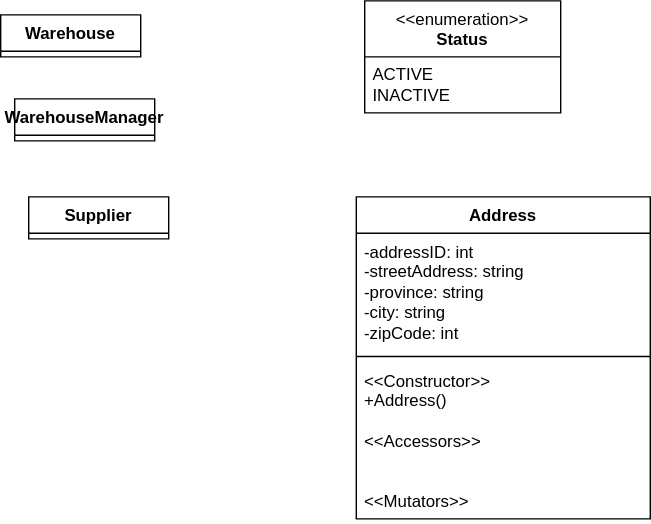
Before: nsirh-classes.svg, a diagram exported from draw.io (Simamkele88/IFM3_GP). Source tidied: cells renumbered, new cells last; positions are measured from the earlier drawing's top-left corner, leaving out a move shared by most shapes. Its diagram source:
```xml
<mxGraphModel>
  <root>
    <mxCell id="0" />
    <mxCell id="1" parent="0" />
    <mxCell id="2" value="Warehouse" style="swimlane;fontStyle=1;align=center;verticalAlign=top;horizontal=1;startSize=26;whiteSpace=wrap;html=1;" parent="1" vertex="1" collapsed="1">
      <mxGeometry y="10" width="100" height="30" as="geometry" />
    </mxCell>
    <mxCell id="3" value="&amp;lt;&amp;lt;enumeration&amp;gt;&amp;gt;&lt;br&gt;&lt;b&gt;Status&lt;/b&gt;" style="swimlane;fontStyle=0;align=center;verticalAlign=top;horizontal=1;startSize=40;html=1;whiteSpace=wrap;" parent="1" vertex="1">
      <mxGeometry x="260" width="140" height="80" as="geometry" />
    </mxCell>
    <mxCell id="4" value="ACTIVE&lt;div&gt;INACTIVE&lt;/div&gt;" style="text;html=1;strokeColor=none;fillColor=none;align=left;verticalAlign=middle;spacingLeft=4;spacingRight=4;overflow=hidden;whiteSpace=wrap;" parent="3" vertex="1">
      <mxGeometry y="40" width="140" height="40" as="geometry" />
    </mxCell>
    <mxCell id="5" value="WarehouseManager" style="swimlane;fontStyle=1;align=center;verticalAlign=top;horizontal=1;startSize=26;whiteSpace=wrap;html=1;" parent="1" vertex="1" collapsed="1">
      <mxGeometry x="10" y="70" width="100" height="30" as="geometry" />
    </mxCell>
    <mxCell id="6" value="Supplier" style="swimlane;fontStyle=1;align=center;verticalAlign=top;horizontal=1;startSize=26;whiteSpace=wrap;html=1;" parent="1" vertex="1" collapsed="1">
      <mxGeometry x="20" y="140" width="100" height="30" as="geometry" />
    </mxCell>
    <mxCell id="7" value="Address" style="swimlane;fontStyle=1;align=center;verticalAlign=top;horizontal=1;startSize=26;whiteSpace=wrap;html=1;" parent="1" vertex="1">
      <mxGeometry x="254" y="140" width="210" height="230" as="geometry" />
    </mxCell>
    <mxCell id="8" value="-addressID: int&lt;div&gt;-streetAddress: string&lt;/div&gt;&lt;div&gt;-province: string&lt;/div&gt;&lt;div&gt;-city: string&lt;/div&gt;&lt;div&gt;-zipCode: int&lt;/div&gt;" style="text;strokeColor=none;fillColor=none;align=left;verticalAlign=top;spacingLeft=4;spacingRight=4;overflow=hidden;whiteSpace=wrap;html=1;" parent="7" vertex="1">
      <mxGeometry y="26" width="210" height="84" as="geometry" />
    </mxCell>
    <mxCell id="9" style="line;strokeWidth=1;fillColor=none;align=left;verticalAlign=middle;spacingTop=-1;spacingLeft=3;spacingRight=3;labelPosition=right;strokeColor=inherit;" parent="7" vertex="1">
      <mxGeometry y="110" width="210" height="8" as="geometry" />
    </mxCell>
    <mxCell id="10" value="&amp;lt;&amp;lt;Constructor&amp;gt;&amp;gt;&lt;div&gt;+Address()&lt;/div&gt;&lt;div&gt;&lt;br&gt;&lt;/div&gt;&lt;div&gt;&amp;lt;&amp;lt;Accessors&amp;gt;&amp;gt;&lt;/div&gt;&lt;div&gt;&lt;br&gt;&lt;/div&gt;&lt;div&gt;&lt;br&gt;&lt;/div&gt;&lt;div&gt;&amp;lt;&amp;lt;Mutators&amp;gt;&amp;gt;&lt;/div&gt;&lt;div&gt;&lt;br&gt;&lt;/div&gt;&lt;div&gt;&lt;br&gt;&lt;/div&gt;" style="text;strokeColor=none;fillColor=none;align=left;verticalAlign=top;spacingLeft=4;spacingRight=4;overflow=hidden;whiteSpace=wrap;html=1;" parent="7" vertex="1">
      <mxGeometry y="118" width="210" height="112" as="geometry" />
    </mxCell>
  </root>
</mxGraphModel>
```
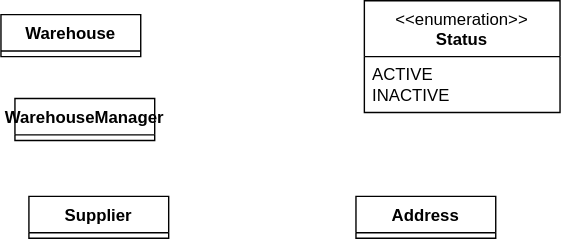
Later version of the same file.

Change to the diagram source:
```diff
@@ -17,17 +17,8 @@
     <mxCell id="6" value="Supplier" style="swimlane;fontStyle=1;align=center;verticalAlign=top;horizontal=1;startSize=26;whiteSpace=wrap;html=1;" parent="1" vertex="1" collapsed="1">
       <mxGeometry x="20" y="140" width="100" height="30" as="geometry" />
     </mxCell>
-    <mxCell id="7" value="Address" style="swimlane;fontStyle=1;align=center;verticalAlign=top;horizontal=1;startSize=26;whiteSpace=wrap;html=1;" parent="1" vertex="1">
-      <mxGeometry x="254" y="140" width="210" height="230" as="geometry" />
+    <mxCell id="7" value="Address" style="swimlane;fontStyle=1;align=center;verticalAlign=top;horizontal=1;startSize=26;whiteSpace=wrap;html=1;" parent="1" vertex="1" collapsed="1">
+      <mxGeometry x="254" y="140" width="100" height="30" as="geometry" />
     </mxCell>
-    <mxCell id="8" value="-addressID: int&lt;div&gt;-streetAddress: string&lt;/div&gt;&lt;div&gt;-province: string&lt;/div&gt;&lt;div&gt;-city: string&lt;/div&gt;&lt;div&gt;-zipCode: int&lt;/div&gt;" style="text;strokeColor=none;fillColor=none;align=left;verticalAlign=top;spacingLeft=4;spacingRight=4;overflow=hidden;whiteSpace=wrap;html=1;" parent="7" vertex="1">
-      <mxGeometry y="26" width="210" height="84" as="geometry" />
-    </mxCell>
-    <mxCell id="9" style="line;strokeWidth=1;fillColor=none;align=left;verticalAlign=middle;spacingTop=-1;spacingLeft=3;spacingRight=3;labelPosition=right;strokeColor=inherit;" parent="7" vertex="1">
-      <mxGeometry y="110" width="210" height="8" as="geometry" />
-    </mxCell>
-    <mxCell id="10" value="&amp;lt;&amp;lt;Constructor&amp;gt;&amp;gt;&lt;div&gt;+Address()&lt;/div&gt;&lt;div&gt;&lt;br&gt;&lt;/div&gt;&lt;div&gt;&amp;lt;&amp;lt;Accessors&amp;gt;&amp;gt;&lt;/div&gt;&lt;div&gt;&lt;br&gt;&lt;/div&gt;&lt;div&gt;&lt;br&gt;&lt;/div&gt;&lt;div&gt;&amp;lt;&amp;lt;Mutators&amp;gt;&amp;gt;&lt;/div&gt;&lt;div&gt;&lt;br&gt;&lt;/div&gt;&lt;div&gt;&lt;br&gt;&lt;/div&gt;" style="text;strokeColor=none;fillColor=none;align=left;verticalAlign=top;spacingLeft=4;spacingRight=4;overflow=hidden;whiteSpace=wrap;html=1;" parent="7" vertex="1">
-      <mxGeometry y="118" width="210" height="112" as="geometry" />
-    </mxCell>
   </root>
 </mxGraphModel>
```
